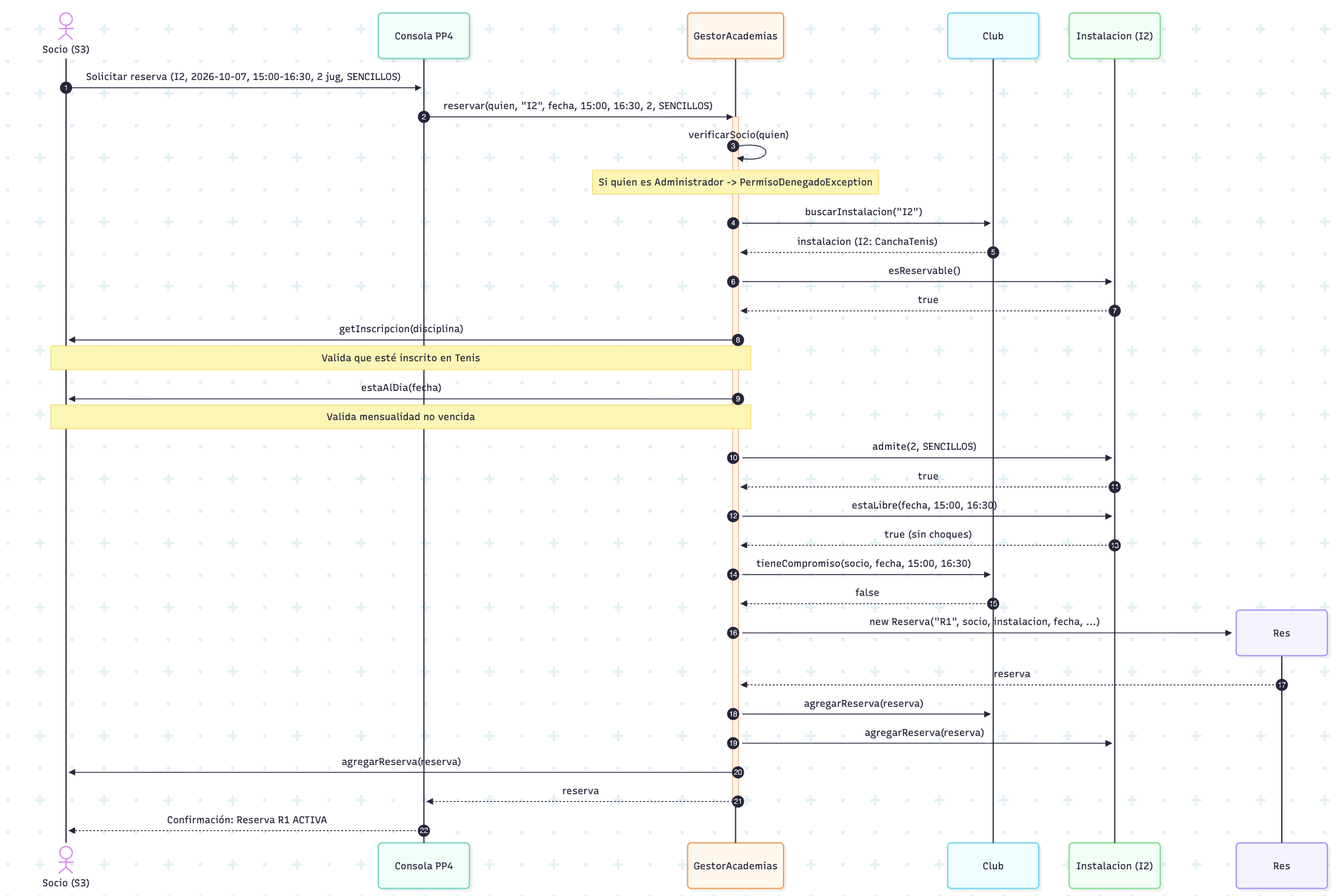
Above: Proyecto 2/Entrega única/docs/diagramas/secuencias/imagenes/secuencia_reserva.png in DPOO-Grupo1/Proyecto1 (Mermaid), before the change. Its source is kept beside it as Proyecto 2/Entrega única/docs/diagramas/secuencias/formato_raiz/secuencia_reserva.mmd. Source of this version:
```mermaid
sequenceDiagram
    autonumber
    actor Socio as Socio (S3)
    participant Consola as MenuAcademiasSocio
    participant Gestor as GestorAcademias
    participant Club as Club
    participant Inst as Instalacion (I2)
    participant Res as Nueva Reserva

    Socio->>Consola: Solicitar reserva (I2, 2026-10-07, 15:00-16:30, 2 jug, SENCILLOS)
    Consola->>Gestor: reservar(quien, "I2", fecha, 15:00, 16:30, 2, SENCILLOS)

    activate Gestor
    Gestor->>Gestor: verificarSocio(quien)
    Note over Gestor: Si quien es Administrador -> PermisoDenegadoException

    Gestor->>Club: buscarInstalacion("I2")
    Club-->>Gestor: instalacion (I2: CanchaTenis)

    Gestor->>Inst: esReservable()
    Inst-->>Gestor: true

    Gestor->>Socio: getInscripcion(disciplina)
    Note over Gestor,Socio: Valida que esté inscrito en Tenis

    Gestor->>Socio: estaAlDia(fecha)
    Note over Gestor,Socio: Valida mensualidad no vencida

    Gestor->>Inst: admite(2, SENCILLOS)
    Inst-->>Gestor: true

    Gestor->>Inst: estaLibre(fecha, 15:00, 16:30)
    Inst-->>Gestor: true (sin choques)

    Gestor->>Club: tieneCompromiso(socio, fecha, 15:00, 16:30)
    Club-->>Gestor: false

    create participant Res
    Gestor->>Res: new Reserva("R1", socio, instalacion, fecha, ...)
    Res-->>Gestor: reserva

    Gestor->>Club: agregarReserva(reserva)
    Gestor->>Inst: agregarReserva(reserva)
    Gestor->>Socio: agregarReserva(reserva)

    Gestor-->>Consola: reserva
    deactivate Gestor

    Consola-->>Socio: Confirmación: Reserva R1 ACTIVA
```
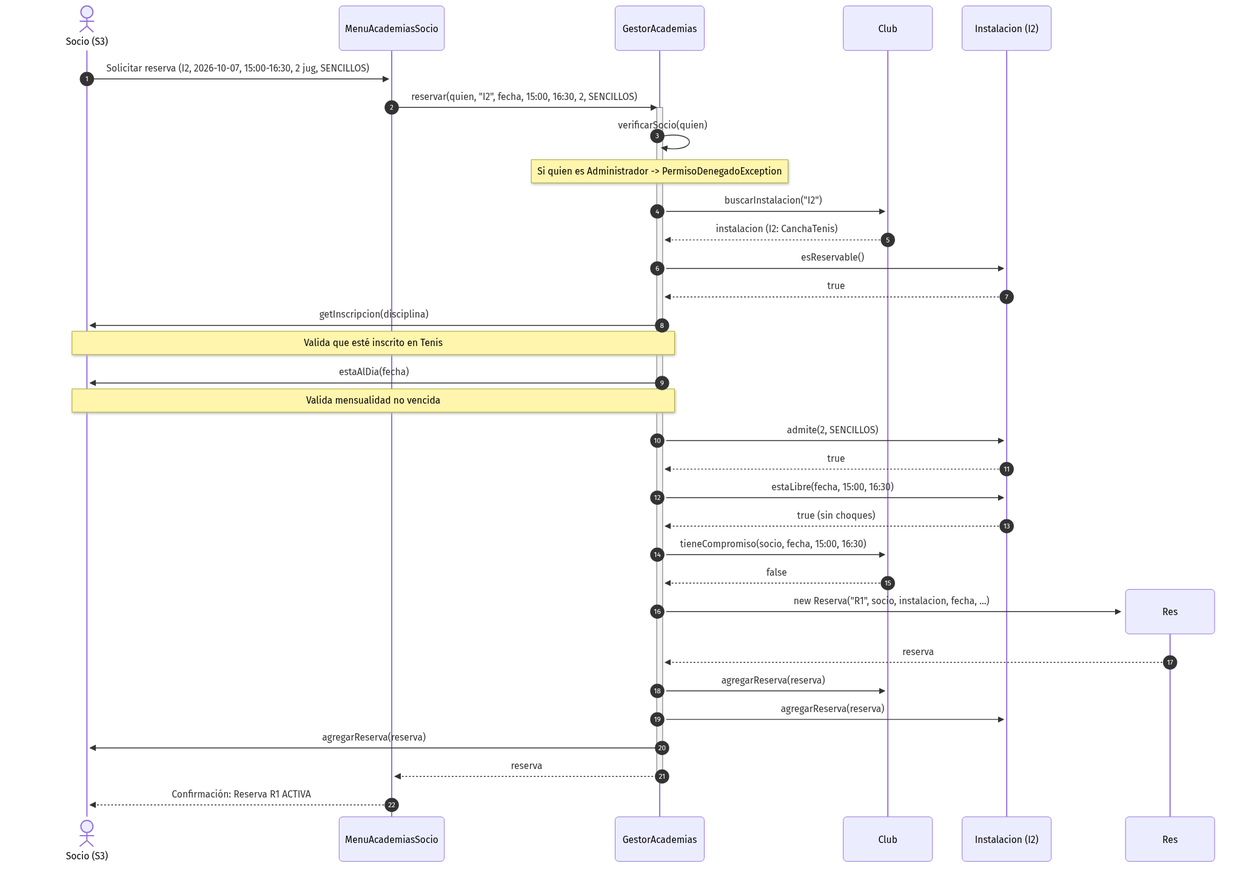
Later version of the same file.

Commit message:
reexportar imagenes de diagramas de secuencia

What changed in the source:
```diff
@@ -5,7 +5,6 @@
     participant Gestor as GestorAcademias
     participant Club as Club
     participant Inst as Instalacion (I2)
-    participant Res as Nueva Reserva
 
     Socio->>Consola: Solicitar reserva (I2, 2026-10-07, 15:00-16:30, 2 jug, SENCILLOS)
     Consola->>Gestor: reservar(quien, "I2", fecha, 15:00, 16:30, 2, SENCILLOS)
```
